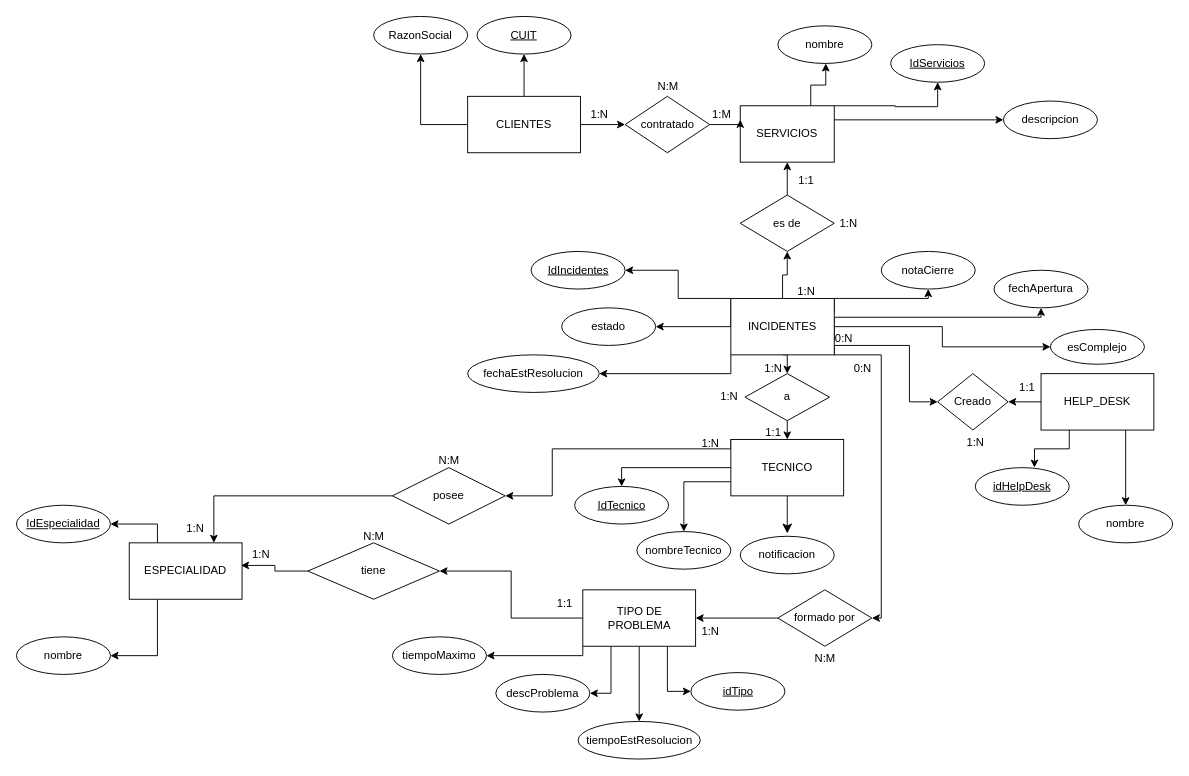
Earlier version of the draw.io diagram trabajoPractico.drawio (MaximilianoRao/Trabajo_Practico). Source tidied: cells renumbered, new cells numbered last; positions are measured from the earlier drawing's top-left corner, leaving out a move shared by most shapes. Both pictures are drawn from the tidied source at 94%, with x=0, y=0 at pixel (16, 16).
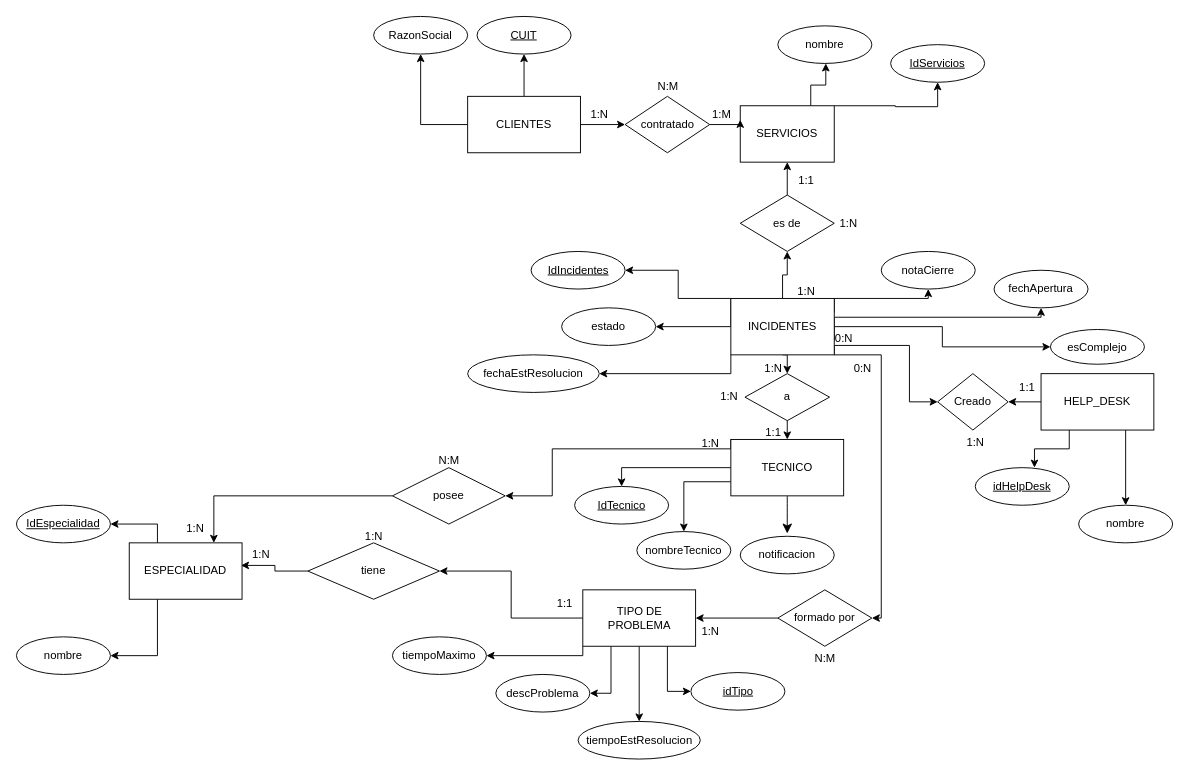
Above is the later version.

The change refers to these unchanged cells:
```xml
<mxCell id="30" value="SERVICIOS" style="whiteSpace=wrap;html=1;align=center;" parent="1" vertex="1">
  <mxGeometry x="770" y="95" width="100" height="60" as="geometry" />
</mxCell>
```

Diff of the diagram source:
```diff
@@
-    <mxCell id="27" style="edgeStyle=orthogonalEdgeStyle;rounded=0;jettySize=auto;html=1;exitX=1;exitY=0.25;exitDx=0;exitDy=0;" parent="1" edge="1" source="30" target="90">
-      <mxGeometry relative="1" as="geometry" />
-    </mxCell>
@@
-    <mxCell id="74" value="N:M" style="text;html=1;align=center;verticalAlign=middle;strokeColor=none;fillColor=none;" parent="1" vertex="1">
-      <mxGeometry x="355" y="538" width="50" height="30" as="geometry" />
+    <mxCell id="74" value="1:N" style="text;html=1;align=center;verticalAlign=middle;strokeColor=none;fillColor=none;" parent="1" vertex="1">
+      <mxGeometry x="360" y="538" width="40" height="30" as="geometry" />
     </mxCell>
@@
-    <mxCell id="90" value="descripcion" style="ellipse;whiteSpace=wrap;html=1;align=center;" parent="1" vertex="1">
-      <mxGeometry x="1050" y="90" width="100" height="40" as="geometry" />
-    </mxCell>
```
